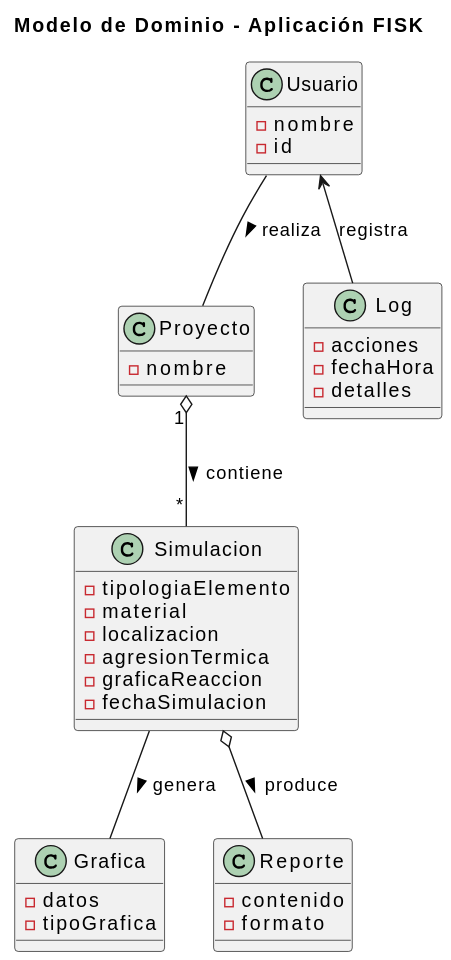
The PlantUML diagram imagenes/modelosUML/diagramaClases.svg in mmasias/23-24-IdSw1-SDR, before a commit.
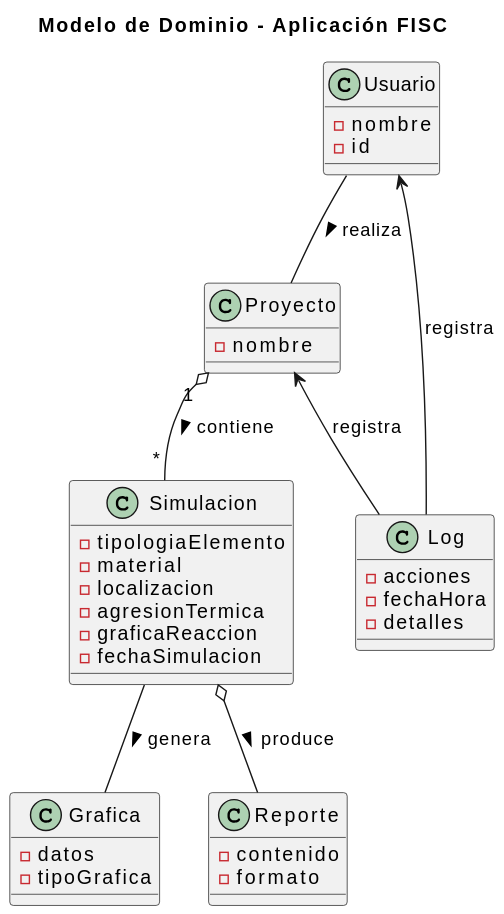
After the commit.

What changed in the source:
```diff
@@ -1,5 +1,5 @@
 @startuml
-title Modelo de Dominio - Aplicación FISK
+title Modelo de Dominio - Aplicación FISC
 
 class Usuario {
     - nombre
@@ -40,4 +40,5 @@
 Simulacion -- Grafica : "genera >"
 Simulacion o-- Reporte : "produce >"
 Usuario <-- Log : "registra"
+Proyecto <-- Log : "registra"
 @enduml
```
